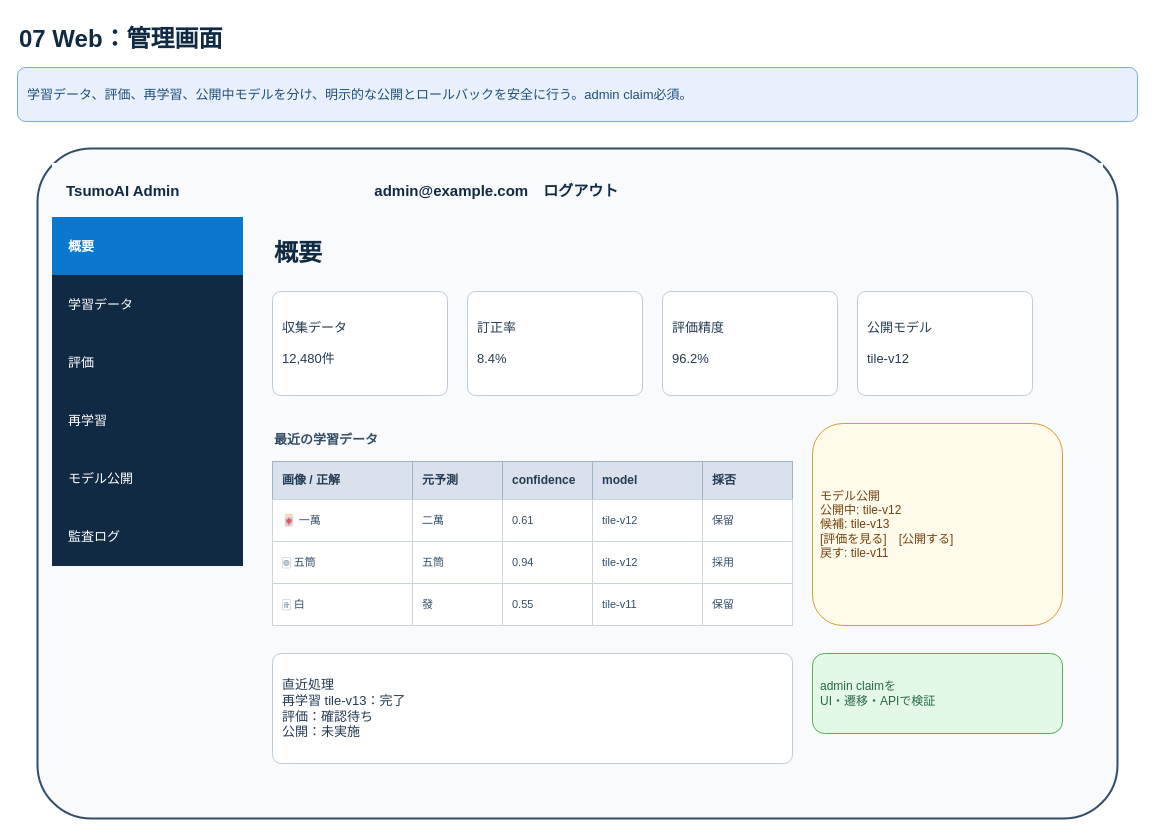
This is page "07_Web_管理画面" (15 of 20) of docs/tsumoai-screen-layout.drawio from fezzlk/TsumoAI, a draw.io file, before an edit. Source tidied: cells renumbered, new cells numbered last; positions are measured from the earlier drawing's top-left corner, leaving out a move shared by most shapes. Both pictures are drawn from the tidied source at 100%, with x=0, y=0 at pixel (17, 17).
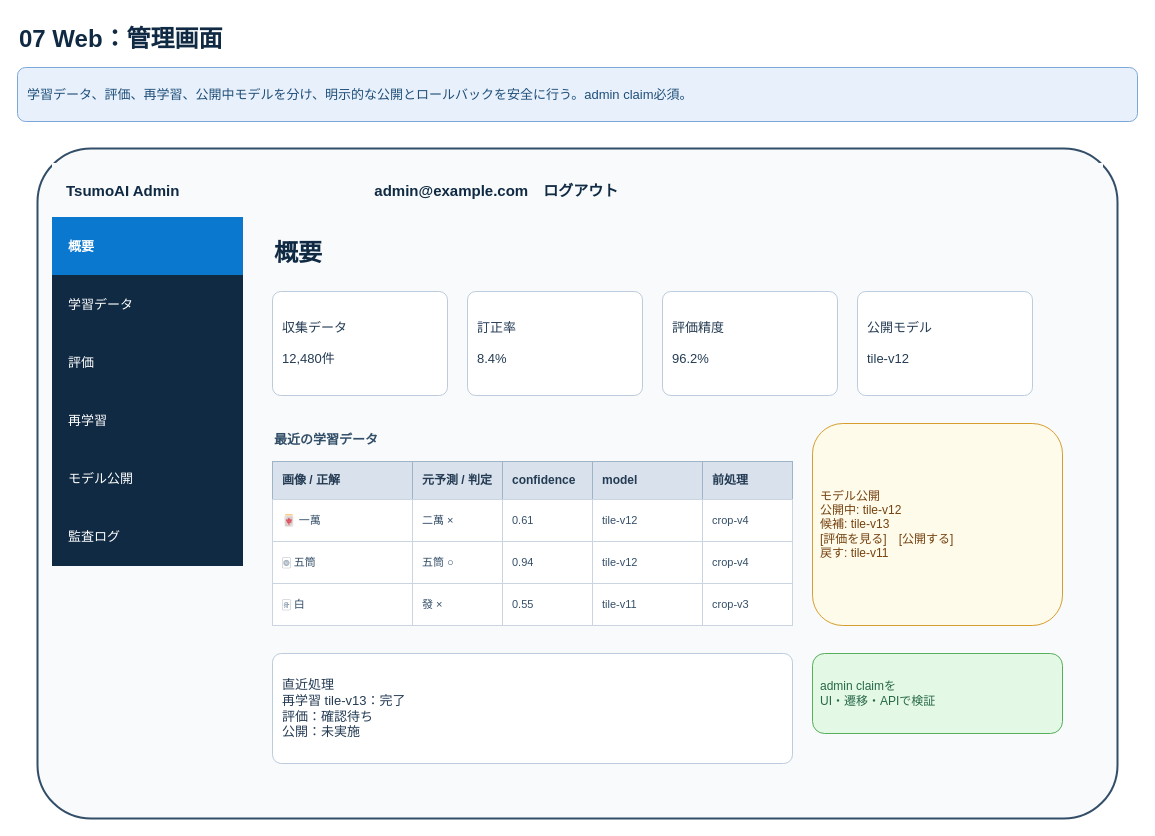
After the change.

Diff of the diagram source:
```diff
@@
-    <mxCell id="19" value="元予測" style="rounded=0;whiteSpace=wrap;html=1;fillColor=#D9E2EC;strokeColor=#9FB3C8;fontColor=#243B53;fontSize=12;fontStyle=1;align=left;spacingLeft=8;" parent="1" vertex="1">
+    <mxCell id="19" value="元予測 / 判定" style="rounded=0;whiteSpace=wrap;html=1;fillColor=#D9E2EC;strokeColor=#9FB3C8;fontColor=#243B53;fontSize=12;fontStyle=1;align=left;spacingLeft=8;" parent="1" vertex="1">
       <mxGeometry x="395" y="444" width="90" height="38" as="geometry" />
     </mxCell>
@@
-    <mxCell id="22" value="採否" style="rounded=0;whiteSpace=wrap;html=1;fillColor=#D9E2EC;strokeColor=#9FB3C8;fontColor=#243B53;fontSize=12;fontStyle=1;align=left;spacingLeft=8;" parent="1" vertex="1">
+    <mxCell id="22" value="前処理" style="rounded=0;whiteSpace=wrap;html=1;fillColor=#D9E2EC;strokeColor=#9FB3C8;fontColor=#243B53;fontSize=12;fontStyle=1;align=left;spacingLeft=8;" parent="1" vertex="1">
       <mxGeometry x="685" y="444" width="90" height="38" as="geometry" />
     </mxCell>
@@
-    <mxCell id="24" value="二萬" style="rounded=0;whiteSpace=wrap;html=1;fillColor=#FFFFFF;strokeColor=#CBD5E1;fontColor=#334E68;fontSize=11;align=left;spacingLeft=8;" parent="1" vertex="1">
+    <mxCell id="24" value="二萬 ×" style="rounded=0;whiteSpace=wrap;html=1;fillColor=#FFFFFF;strokeColor=#CBD5E1;fontColor=#334E68;fontSize=11;align=left;spacingLeft=8;" parent="1" vertex="1">
       <mxGeometry x="395" y="482" width="90" height="42" as="geometry" />
     </mxCell>
@@
-    <mxCell id="27" value="保留" style="rounded=0;whiteSpace=wrap;html=1;fillColor=#FFFFFF;strokeColor=#CBD5E1;fontColor=#334E68;fontSize=11;align=left;spacingLeft=8;" parent="1" vertex="1">
+    <mxCell id="27" value="crop-v4" style="rounded=0;whiteSpace=wrap;html=1;fillColor=#FFFFFF;strokeColor=#CBD5E1;fontColor=#334E68;fontSize=11;align=left;spacingLeft=8;" parent="1" vertex="1">
       <mxGeometry x="685" y="482" width="90" height="42" as="geometry" />
     </mxCell>
@@
-    <mxCell id="29" value="五筒" style="rounded=0;whiteSpace=wrap;html=1;fillColor=#FFFFFF;strokeColor=#CBD5E1;fontColor=#334E68;fontSize=11;align=left;spacingLeft=8;" parent="1" vertex="1">
+    <mxCell id="29" value="五筒 ○" style="rounded=0;whiteSpace=wrap;html=1;fillColor=#FFFFFF;strokeColor=#CBD5E1;fontColor=#334E68;fontSize=11;align=left;spacingLeft=8;" parent="1" vertex="1">
       <mxGeometry x="395" y="524" width="90" height="42" as="geometry" />
     </mxCell>
@@
-    <mxCell id="32" value="採用" style="rounded=0;whiteSpace=wrap;html=1;fillColor=#FFFFFF;strokeColor=#CBD5E1;fontColor=#334E68;fontSize=11;align=left;spacingLeft=8;" parent="1" vertex="1">
+    <mxCell id="32" value="crop-v4" style="rounded=0;whiteSpace=wrap;html=1;fillColor=#FFFFFF;strokeColor=#CBD5E1;fontColor=#334E68;fontSize=11;align=left;spacingLeft=8;" parent="1" vertex="1">
       <mxGeometry x="685" y="524" width="90" height="42" as="geometry" />
     </mxCell>
@@
-    <mxCell id="34" value="發" style="rounded=0;whiteSpace=wrap;html=1;fillColor=#FFFFFF;strokeColor=#CBD5E1;fontColor=#334E68;fontSize=11;align=left;spacingLeft=8;" parent="1" vertex="1">
+    <mxCell id="34" value="發 ×" style="rounded=0;whiteSpace=wrap;html=1;fillColor=#FFFFFF;strokeColor=#CBD5E1;fontColor=#334E68;fontSize=11;align=left;spacingLeft=8;" parent="1" vertex="1">
       <mxGeometry x="395" y="566" width="90" height="42" as="geometry" />
     </mxCell>
@@
-    <mxCell id="37" value="保留" style="rounded=0;whiteSpace=wrap;html=1;fillColor=#FFFFFF;strokeColor=#CBD5E1;fontColor=#334E68;fontSize=11;align=left;spacingLeft=8;" parent="1" vertex="1">
+    <mxCell id="37" value="crop-v3" style="rounded=0;whiteSpace=wrap;html=1;fillColor=#FFFFFF;strokeColor=#CBD5E1;fontColor=#334E68;fontSize=11;align=left;spacingLeft=8;" parent="1" vertex="1">
       <mxGeometry x="685" y="566" width="90" height="42" as="geometry" />
     </mxCell>
```
